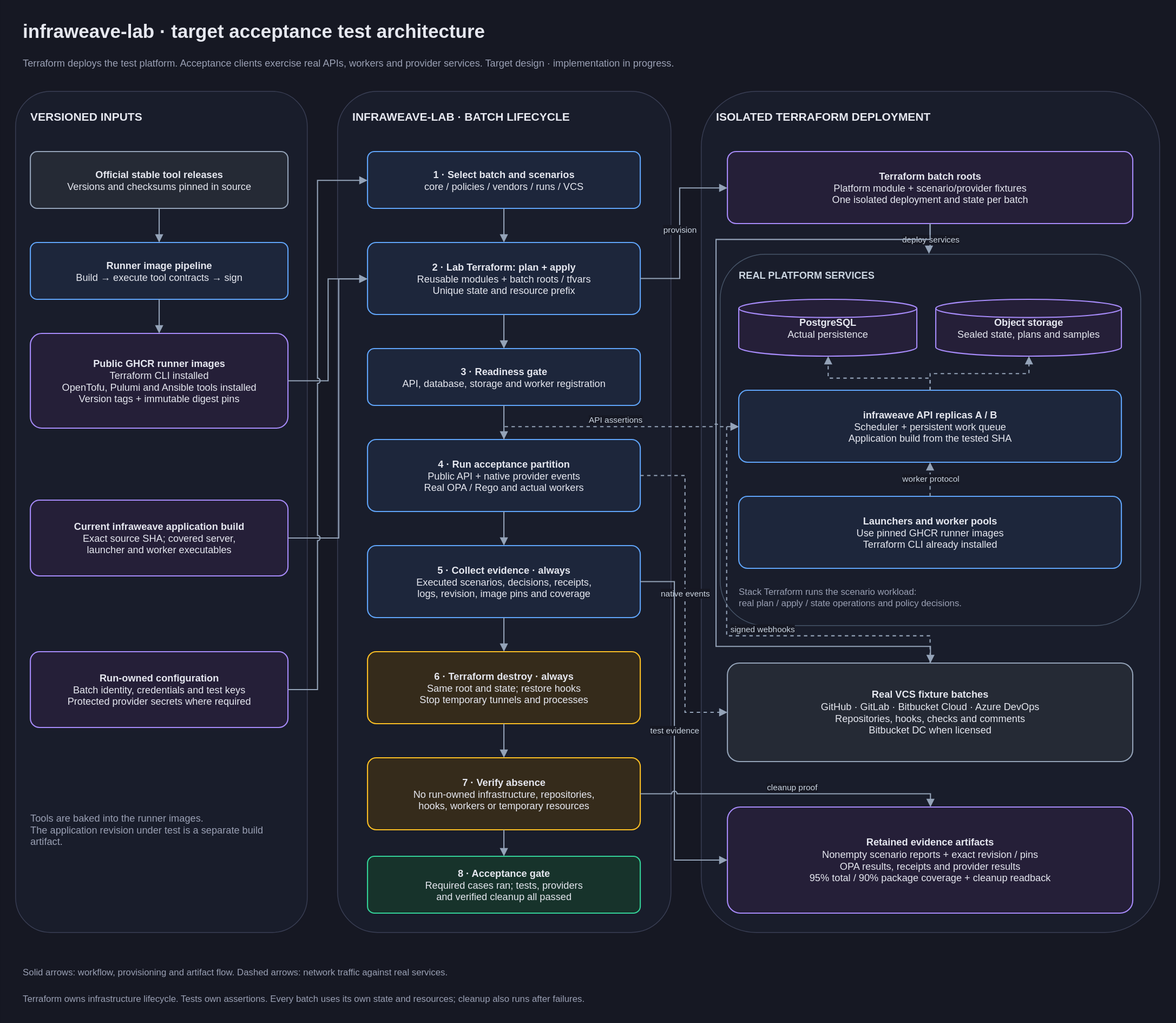
weaveplatform/infraweave keeps this draw.io diagram as docs/diagrams/infraweave-lab-test-architecture.drawio.svg. Above is the earlier version. Source tidied: cells renumbered, new cells last; positions are measured from the earlier drawing's top-left corner, leaving out a move shared by most shapes.
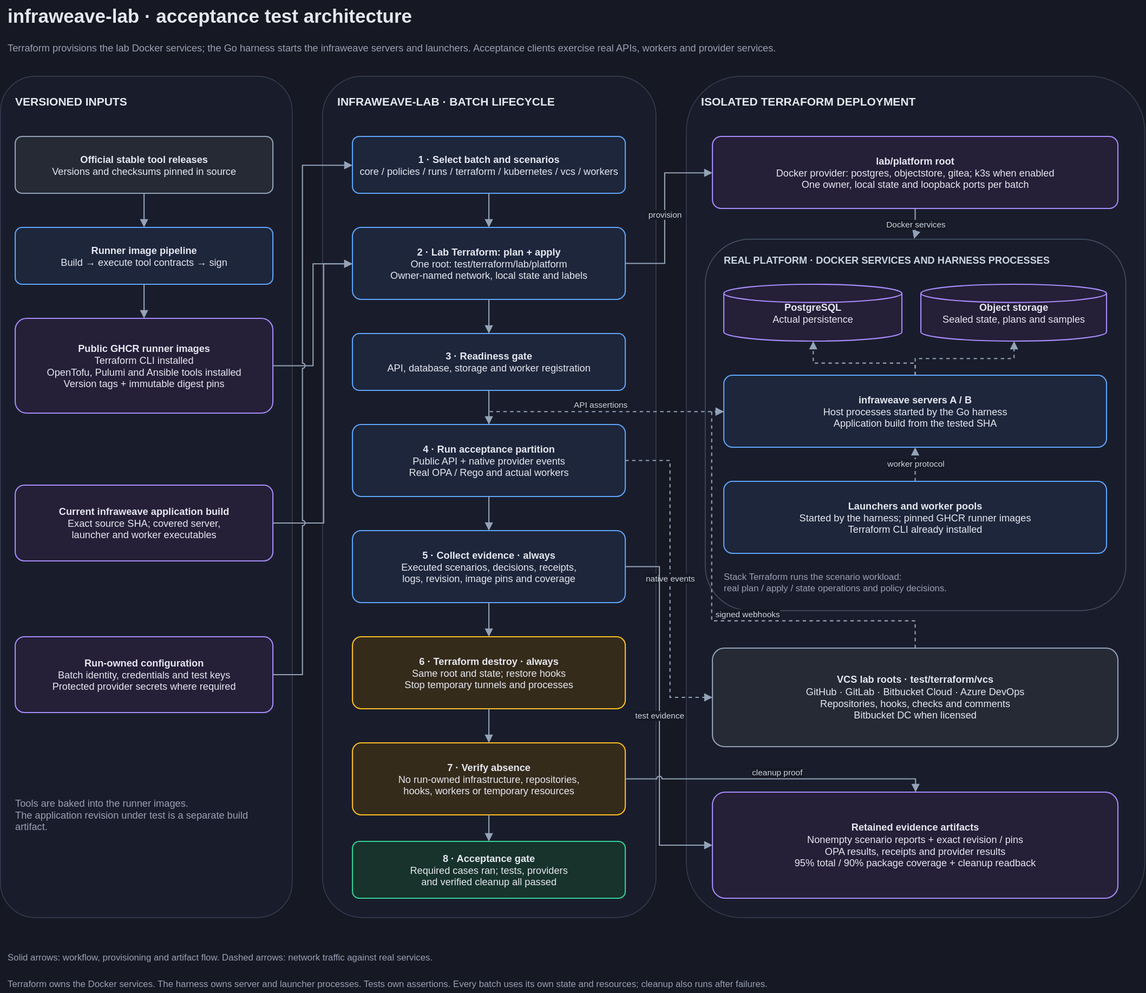
Later version of the same file.

What changed in the source:
```diff
@@ -2,10 +2,10 @@
   <root>
     <mxCell id="0" />
     <mxCell id="1" parent="0" />
-    <mxCell id="2" value="infraweave-lab · target acceptance test architecture" style="text;html=1;whiteSpace=wrap;fontFamily=Helvetica;fontSize=25;fontColor=#e6e8f0;align=left;verticalAlign=middle;spacing=0;fontStyle=1;" parent="1" vertex="1">
+    <mxCell id="2" value="infraweave-lab · acceptance test architecture" style="text;html=1;whiteSpace=wrap;fontFamily=Helvetica;fontSize=25;fontColor=#e6e8f0;align=left;verticalAlign=middle;spacing=0;fontStyle=1;" parent="1" vertex="1">
       <mxGeometry x="10" width="1450" height="40" as="geometry" />
     </mxCell>
-    <mxCell id="3" value="Terraform deploys the test platform. Acceptance clients exercise real APIs, workers and provider services. Target design · implementation in progress." style="text;html=1;whiteSpace=wrap;fontFamily=Helvetica;fontSize=13;fontColor=#9aa0b4;align=left;verticalAlign=middle;spacing=0;fontStyle=0;" parent="1" vertex="1">
+    <mxCell id="3" value="Terraform provisions the lab Docker services; the Go harness starts the infraweave servers and launchers. Acceptance clients exercise real APIs, workers and provider services." style="text;html=1;whiteSpace=wrap;fontFamily=Helvetica;fontSize=13;fontColor=#9aa0b4;align=left;verticalAlign=middle;spacing=0;fontStyle=0;" parent="1" vertex="1">
       <mxGeometry x="10" y="48" width="1450" height="30" as="geometry" />
     </mxCell>
     <mxCell id="4" style="rounded=1;arcSize=12;whiteSpace=wrap;html=1;fontFamily=Helvetica;fontSize=13;fontColor=#e6e8f0;strokeWidth=1.5;spacing=10;fillColor=#191d2b;strokeColor=#3a3f55;strokeWidth=1;" parent="1" vertex="1">
@@ -44,10 +44,10 @@
     <mxCell id="15" value="Tools are baked into the runner images.&lt;br&gt;The application revision under test is a separate build artifact." style="text;html=1;whiteSpace=wrap;fontFamily=Helvetica;fontSize=13;fontColor=#9aa0b4;align=left;verticalAlign=middle;spacing=0;fontStyle=0;" parent="1" vertex="1">
       <mxGeometry x="20" y="1030" width="340" height="90" as="geometry" />
     </mxCell>
-    <mxCell id="16" value="&lt;b&gt;1 · Select batch and scenarios&lt;/b&gt;&lt;br&gt;core / policies / vendors / runs / VCS" style="rounded=1;arcSize=12;whiteSpace=wrap;html=1;fontFamily=Helvetica;fontSize=13;fontColor=#e6e8f0;strokeWidth=1.5;spacing=10;fillColor=#1d263b;strokeColor=#60a5fa;" parent="1" vertex="1">
+    <mxCell id="16" value="&lt;b&gt;1 · Select batch and scenarios&lt;/b&gt;&lt;br&gt;core / policies / runs / terraform / kubernetes / vcs / workers" style="rounded=1;arcSize=12;whiteSpace=wrap;html=1;fontFamily=Helvetica;fontSize=13;fontColor=#e6e8f0;strokeWidth=1.5;spacing=10;fillColor=#1d263b;strokeColor=#60a5fa;" parent="1" vertex="1">
       <mxGeometry x="465" y="180" width="360" height="75" as="geometry" />
     </mxCell>
-    <mxCell id="17" value="&lt;b&gt;2 · Lab Terraform: plan + apply&lt;/b&gt;&lt;br&gt;Reusable modules + batch roots / tfvars&lt;br&gt;Unique state and resource prefix" style="rounded=1;arcSize=12;whiteSpace=wrap;html=1;fontFamily=Helvetica;fontSize=13;fontColor=#e6e8f0;strokeWidth=1.5;spacing=10;fillColor=#1d263b;strokeColor=#60a5fa;" parent="1" vertex="1">
+    <mxCell id="17" value="&lt;b&gt;2 · Lab Terraform: plan + apply&lt;/b&gt;&lt;br&gt;One root: test/terraform/lab/platform&lt;br&gt;Owner-named network, local state and labels" style="rounded=1;arcSize=12;whiteSpace=wrap;html=1;fontFamily=Helvetica;fontSize=13;fontColor=#e6e8f0;strokeWidth=1.5;spacing=10;fillColor=#1d263b;strokeColor=#60a5fa;" parent="1" vertex="1">
       <mxGeometry x="465" y="300" width="360" height="95" as="geometry" />
     </mxCell>
     <mxCell id="18" value="&lt;b&gt;3 · Readiness gate&lt;/b&gt;&lt;br&gt;API, database, storage and worker registration" style="rounded=1;arcSize=12;whiteSpace=wrap;html=1;fontFamily=Helvetica;fontSize=13;fontColor=#e6e8f0;strokeWidth=1.5;spacing=10;fillColor=#1d263b;strokeColor=#60a5fa;" parent="1" vertex="1">
@@ -68,13 +68,13 @@
     <mxCell id="23" value="&lt;b&gt;8 · Acceptance gate&lt;/b&gt;&lt;br&gt;Required cases ran; tests, providers&lt;br&gt;and verified cleanup all passed" style="rounded=1;arcSize=12;whiteSpace=wrap;html=1;fontFamily=Helvetica;fontSize=13;fontColor=#e6e8f0;strokeWidth=1.5;spacing=10;fillColor=#17332b;strokeColor=#34d399;" parent="1" vertex="1">
       <mxGeometry x="465" y="1110" width="360" height="75" as="geometry" />
     </mxCell>
-    <mxCell id="24" value="&lt;b&gt;Terraform batch roots&lt;/b&gt;&lt;br&gt;Platform module + scenario/provider fixtures&lt;br&gt;One isolated deployment and state per batch" style="rounded=1;arcSize=12;whiteSpace=wrap;html=1;fontFamily=Helvetica;fontSize=13;fontColor=#e6e8f0;strokeWidth=1.5;spacing=10;fillColor=#251f38;strokeColor=#a78bfa;" parent="1" vertex="1">
+    <mxCell id="24" value="&lt;b&gt;lab/platform root&lt;/b&gt;&lt;br&gt;Docker provider: postgres, objectstore, gitea; k3s when enabled&lt;br&gt;One owner, local state and loopback ports per batch" style="rounded=1;arcSize=12;whiteSpace=wrap;html=1;fontFamily=Helvetica;fontSize=13;fontColor=#e6e8f0;strokeWidth=1.5;spacing=10;fillColor=#251f38;strokeColor=#a78bfa;" parent="1" vertex="1">
       <mxGeometry x="940" y="180" width="535" height="95" as="geometry" />
     </mxCell>
     <mxCell id="25" style="rounded=1;arcSize=12;whiteSpace=wrap;html=1;fontFamily=Helvetica;fontSize=13;fontColor=#e6e8f0;strokeWidth=1.5;spacing=10;fillColor=#191d2b;strokeColor=#3a3f55;dashed=0;strokeColor=#475569;strokeWidth=1;" parent="1" vertex="1">
       <mxGeometry x="930" y="315" width="555" height="490" as="geometry" />
     </mxCell>
-    <mxCell id="26" value="REAL PLATFORM SERVICES" style="text;html=1;whiteSpace=wrap;fontFamily=Helvetica;fontSize=13;fontColor=#cbd5e1;align=left;verticalAlign=middle;spacing=0;fontStyle=1;" parent="1" vertex="1">
+    <mxCell id="26" value="REAL PLATFORM · DOCKER SERVICES AND HARNESS PROCESSES" style="text;html=1;whiteSpace=wrap;fontFamily=Helvetica;fontSize=13;fontColor=#cbd5e1;align=left;verticalAlign=middle;spacing=0;fontStyle=1;" parent="1" vertex="1">
       <mxGeometry x="955" y="330" width="510" height="25" as="geometry" />
     </mxCell>
     <mxCell id="27" value="&lt;b&gt;PostgreSQL&lt;/b&gt;&lt;br&gt;Actual persistence" style="rounded=1;arcSize=12;whiteSpace=wrap;html=1;fontFamily=Helvetica;fontSize=13;fontColor=#e6e8f0;strokeWidth=1.5;spacing=10;fillColor=#251f38;strokeColor=#a78bfa;shape=cylinder3;size=12;" parent="1" vertex="1">
@@ -83,16 +83,16 @@
     <mxCell id="28" value="&lt;b&gt;Object storage&lt;/b&gt;&lt;br&gt;Sealed state, plans and samples" style="rounded=1;arcSize=12;whiteSpace=wrap;html=1;fontFamily=Helvetica;fontSize=13;fontColor=#e6e8f0;strokeWidth=1.5;spacing=10;fillColor=#251f38;strokeColor=#a78bfa;shape=cylinder3;size=12;" parent="1" vertex="1">
       <mxGeometry x="1215" y="375" width="245" height="75" as="geometry" />
     </mxCell>
-    <mxCell id="29" value="&lt;b&gt;infraweave API replicas A / B&lt;/b&gt;&lt;br&gt;Scheduler + persistent work queue&lt;br&gt;Application build from the tested SHA" style="rounded=1;arcSize=12;whiteSpace=wrap;html=1;fontFamily=Helvetica;fontSize=13;fontColor=#e6e8f0;strokeWidth=1.5;spacing=10;fillColor=#1d263b;strokeColor=#60a5fa;" parent="1" vertex="1">
+    <mxCell id="29" value="&lt;b&gt;infraweave servers A / B&lt;/b&gt;&lt;br&gt;Host processes started by the Go harness&lt;br&gt;Application build from the tested SHA" style="rounded=1;arcSize=12;whiteSpace=wrap;html=1;fontFamily=Helvetica;fontSize=13;fontColor=#e6e8f0;strokeWidth=1.5;spacing=10;fillColor=#1d263b;strokeColor=#60a5fa;" parent="1" vertex="1">
       <mxGeometry x="955" y="495" width="505" height="95" as="geometry" />
     </mxCell>
-    <mxCell id="30" value="&lt;b&gt;Launchers and worker pools&lt;/b&gt;&lt;br&gt;Use pinned GHCR runner images&lt;br&gt;Terraform CLI already installed" style="rounded=1;arcSize=12;whiteSpace=wrap;html=1;fontFamily=Helvetica;fontSize=13;fontColor=#e6e8f0;strokeWidth=1.5;spacing=10;fillColor=#1d263b;strokeColor=#60a5fa;" parent="1" vertex="1">
+    <mxCell id="30" value="&lt;b&gt;Launchers and worker pools&lt;/b&gt;&lt;br&gt;Started by the harness; pinned GHCR runner images&lt;br&gt;Terraform CLI already installed" style="rounded=1;arcSize=12;whiteSpace=wrap;html=1;fontFamily=Helvetica;fontSize=13;fontColor=#e6e8f0;strokeWidth=1.5;spacing=10;fillColor=#1d263b;strokeColor=#60a5fa;" parent="1" vertex="1">
       <mxGeometry x="955" y="635" width="505" height="95" as="geometry" />
     </mxCell>
     <mxCell id="31" value="Stack Terraform runs the scenario workload:&lt;br&gt;real plan / apply / state operations and policy decisions." style="text;html=1;whiteSpace=wrap;fontFamily=Helvetica;fontSize=12;fontColor=#9aa0b4;align=left;verticalAlign=middle;spacing=0;fontStyle=0;" parent="1" vertex="1">
       <mxGeometry x="955" y="745" width="500" height="45" as="geometry" />
     </mxCell>
-    <mxCell id="32" value="&lt;b&gt;Real VCS fixture batches&lt;/b&gt;&lt;br&gt;GitHub · GitLab · Bitbucket Cloud · Azure DevOps&lt;br&gt;Repositories, hooks, checks and comments&lt;br&gt;Bitbucket DC when licensed" style="rounded=1;arcSize=12;whiteSpace=wrap;html=1;fontFamily=Helvetica;fontSize=13;fontColor=#e6e8f0;strokeWidth=1.5;spacing=10;fillColor=#252a35;strokeColor=#94a3b8;" parent="1" vertex="1">
+    <mxCell id="32" value="&lt;b&gt;VCS lab roots · test/terraform/vcs&lt;/b&gt;&lt;br&gt;GitHub · GitLab · Bitbucket Cloud · Azure DevOps&lt;br&gt;Repositories, hooks, checks and comments&lt;br&gt;Bitbucket DC when licensed" style="rounded=1;arcSize=12;whiteSpace=wrap;html=1;fontFamily=Helvetica;fontSize=13;fontColor=#e6e8f0;strokeWidth=1.5;spacing=10;fillColor=#252a35;strokeColor=#94a3b8;" parent="1" vertex="1">
       <mxGeometry x="940" y="855" width="535" height="130" as="geometry" />
     </mxCell>
     <mxCell id="33" value="&lt;b&gt;Retained evidence artifacts&lt;/b&gt;&lt;br&gt;Nonempty scenario reports + exact revision / pins&lt;br&gt;OPA results, receipts and provider results&lt;br&gt;95% total / 90% package coverage + cleanup readback" style="rounded=1;arcSize=12;whiteSpace=wrap;html=1;fontFamily=Helvetica;fontSize=13;fontColor=#e6e8f0;strokeWidth=1.5;spacing=10;fillColor=#251f38;strokeColor=#a78bfa;" parent="1" vertex="1">
@@ -157,7 +157,7 @@
         </Array>
       </mxGeometry>
     </mxCell>
-    <mxCell id="47" value="deploy services" style="strokeColor=#94a3b8;strokeWidth=1.5;endArrow=block;endSize=7;fontFamily=Helvetica;fontSize=11;fontColor=#cbd5e1;labelBackgroundColor=#161823;dashed=0;jumpStyle=arc;jumpSize=6;labelPlacement=auto;edgeStyle=orthogonalEdgeStyle;rounded=0;libavoidRouting=1;jettySize=auto;html=1;" parent="1" edge="1" source="24" target="25">
+    <mxCell id="47" value="Docker services" style="strokeColor=#94a3b8;strokeWidth=1.5;endArrow=block;endSize=7;fontFamily=Helvetica;fontSize=11;fontColor=#cbd5e1;labelBackgroundColor=#161823;dashed=0;jumpStyle=arc;jumpSize=6;labelPlacement=auto;edgeStyle=orthogonalEdgeStyle;rounded=0;libavoidRouting=1;jettySize=auto;html=1;" parent="1" edge="1" source="24" target="25">
       <mxGeometry relative="1" as="geometry">
         <Array as="points">
           <mxPoint x="1208" y="310" />
@@ -167,16 +167,6 @@
         </Array>
       </mxGeometry>
     </mxCell>
-    <mxCell id="48" style="strokeColor=#94a3b8;strokeWidth=1.5;endArrow=block;endSize=7;fontFamily=Helvetica;fontSize=11;fontColor=#cbd5e1;labelBackgroundColor=#161823;dashed=0;jumpStyle=arc;jumpSize=6;labelPlacement=auto;edgeStyle=orthogonalEdgeStyle;rounded=0;libavoidRouting=1;jettySize=auto;html=1;" parent="1" edge="1" source="24" target="32">
-      <mxGeometry relative="1" as="geometry">
-        <Array as="points">
-          <mxPoint x="1208" y="296" />
-          <mxPoint x="925" y="296" />
-          <mxPoint x="925" y="833" />
-          <mxPoint x="1208" y="833" />
-        </Array>
-      </mxGeometry>
-    </mxCell>
     <mxCell id="49" style="strokeColor=#94a3b8;strokeWidth=1.5;endArrow=block;endSize=7;fontFamily=Helvetica;fontSize=11;fontColor=#cbd5e1;labelBackgroundColor=#161823;dashed=1;jumpStyle=arc;jumpSize=6;edgeStyle=orthogonalEdgeStyle;rounded=0;libavoidRouting=1;jettySize=auto;html=1;" parent="1" edge="1" source="29" target="27">
       <mxGeometry relative="1" as="geometry">
         <Array as="points">
@@ -238,7 +228,7 @@
     <mxCell id="57" value="Solid arrows: workflow, provisioning and artifact flow.    Dashed arrows: network traffic against real services." style="text;html=1;whiteSpace=wrap;fontFamily=Helvetica;fontSize=12;fontColor=#9aa0b4;align=left;verticalAlign=middle;spacing=0;fontStyle=0;" parent="1" vertex="1">
       <mxGeometry x="10" y="1250" width="1480" height="25" as="geometry" />
     </mxCell>
-    <mxCell id="58" value="Terraform owns infrastructure lifecycle. Tests own assertions. Every batch uses its own state and resources; cleanup also runs after failures." style="text;html=1;whiteSpace=wrap;fontFamily=Helvetica;fontSize=12;fontColor=#9aa0b4;align=left;verticalAlign=middle;spacing=0;fontStyle=0;" parent="1" vertex="1">
+    <mxCell id="58" value="Terraform owns the Docker services. The harness owns server and launcher processes. Tests own assertions. Every batch uses its own state and resources; cleanup also runs after failures." style="text;html=1;whiteSpace=wrap;fontFamily=Helvetica;fontSize=12;fontColor=#9aa0b4;align=left;verticalAlign=middle;spacing=0;fontStyle=0;" parent="1" vertex="1">
       <mxGeometry x="10" y="1285" width="1480" height="25" as="geometry" />
     </mxCell>
   </root>
```
